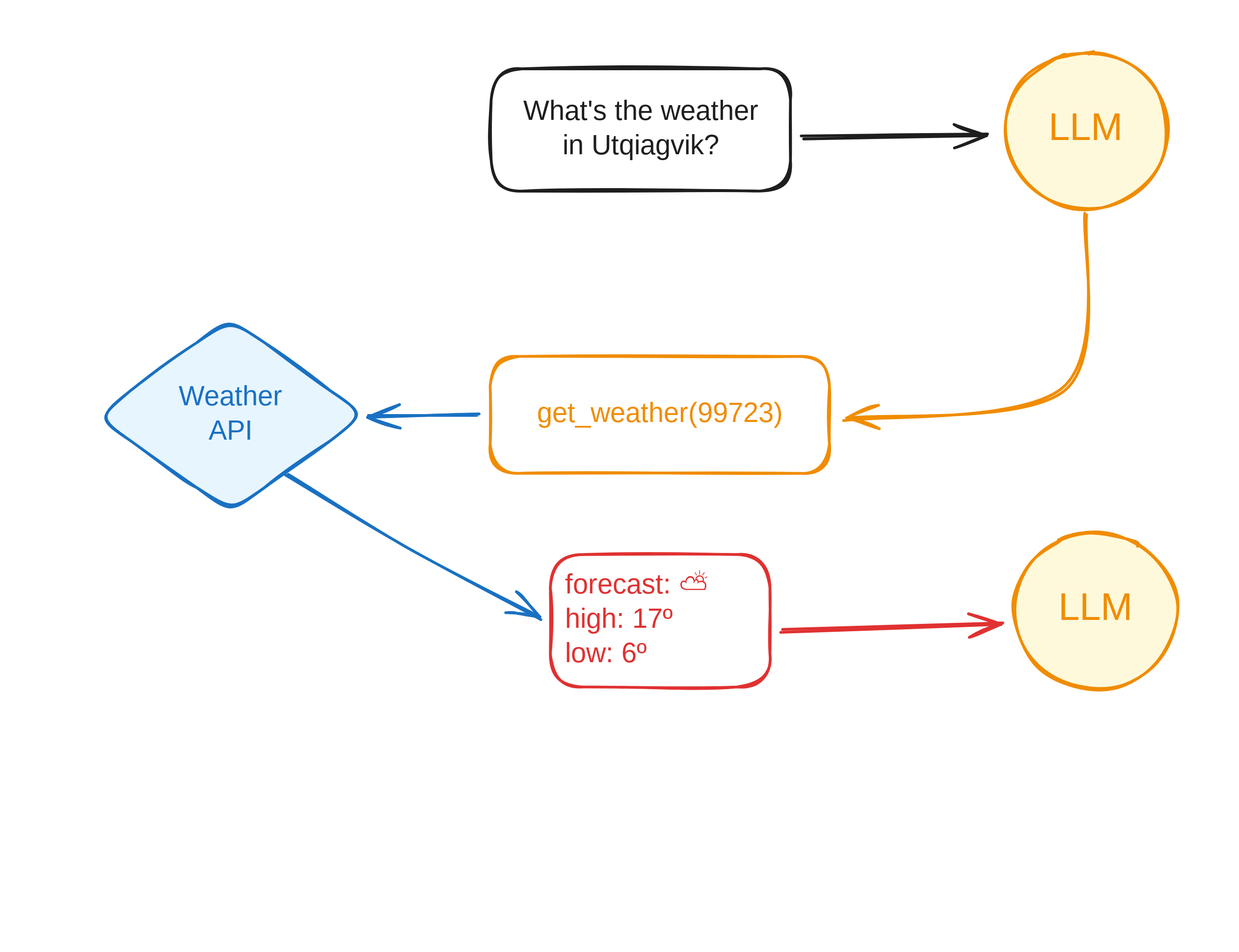
Earlier version of the Excalidraw export website/slides/assets/tools-diagram-05.excalidraw.svg (skaltman/r-pharma-llm). Source tidied: one line per element, renumbered; positions are measured from the earlier drawing's top-left corner, leaving out a move shared by most shapes.
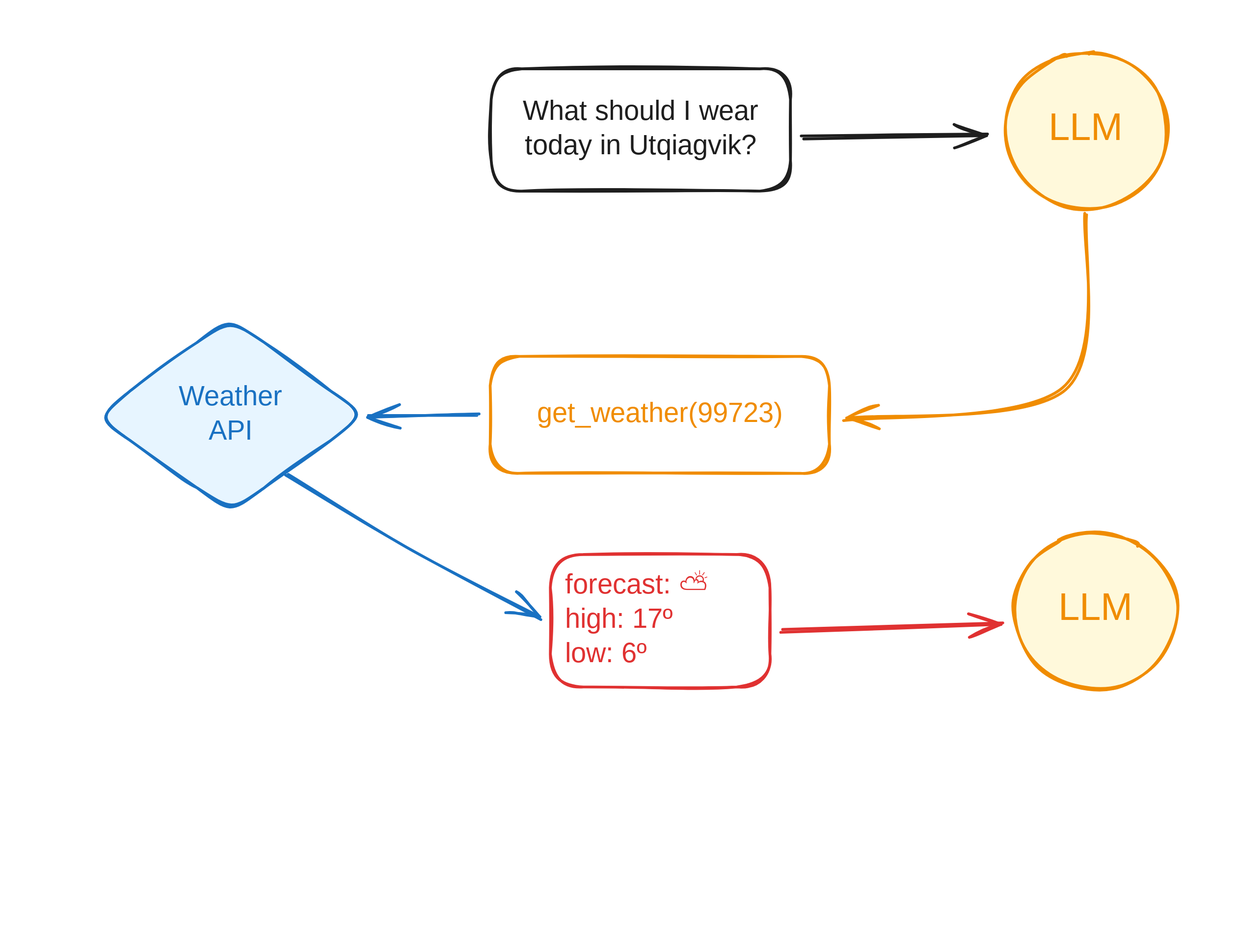
The same diagram one commit later.

Change to the diagram source:
```diff
@@ -1,5 +1,5 @@
 {"id": 0, "type": "rectangle", "strokeColor": "#1e1e1e", "strokeWidth": 2, "roughness": 1, "round": true, "x": 347, "y": 40, "width": 218, "height": 89}
-{"id": 1, "type": "text", "text": "What's the weather\nin Utqiagvik?", "strokeColor": "#1e1e1e", "strokeWidth": 2, "roughness": 1, "fontSize": 20, "fontFamily": 5, "textAlign": "center", "verticalAlign": "middle", "inside": 0, "x": 361, "y": 60, "width": 191, "height": 50}
+{"id": 1, "type": "text", "text": "What should I wear\ntoday in Utqiagvik?", "strokeColor": "#1e1e1e", "strokeWidth": 2, "roughness": 1, "fontSize": 20, "fontFamily": 5, "textAlign": "center", "verticalAlign": "middle", "inside": 0, "x": 361, "y": 60, "width": 191, "height": 50}
 {"id": 2, "type": "ellipse", "strokeColor": "#f08c00", "backgroundColor": "#fff9db", "fillStyle": "solid", "strokeWidth": 2, "roughness": 1, "round": true, "x": 721, "y": 28, "width": 119, "height": 114}
 {"id": 3, "type": "text", "text": "LLM", "strokeColor": "#f08c00", "backgroundColor": "#ffec99", "fillStyle": "solid", "strokeWidth": 2, "roughness": 1, "fontSize": 28, "fontFamily": 5, "textAlign": "center", "verticalAlign": "middle", "inside": 2, "x": 754, "y": 67, "width": 52, "height": 35}
 {"id": 4, "type": "arrow", "strokeColor": "#1e1e1e", "backgroundColor": "#b2f2bb", "fillStyle": "solid", "strokeWidth": 2, "roughness": 1, "endArrowhead": "arrow", "round": true, "from": 0, "to": 2, "x": 574, "y": 90, "width": 134, "height": 2, "points": [[0, 0], [134, -2]]}
```
